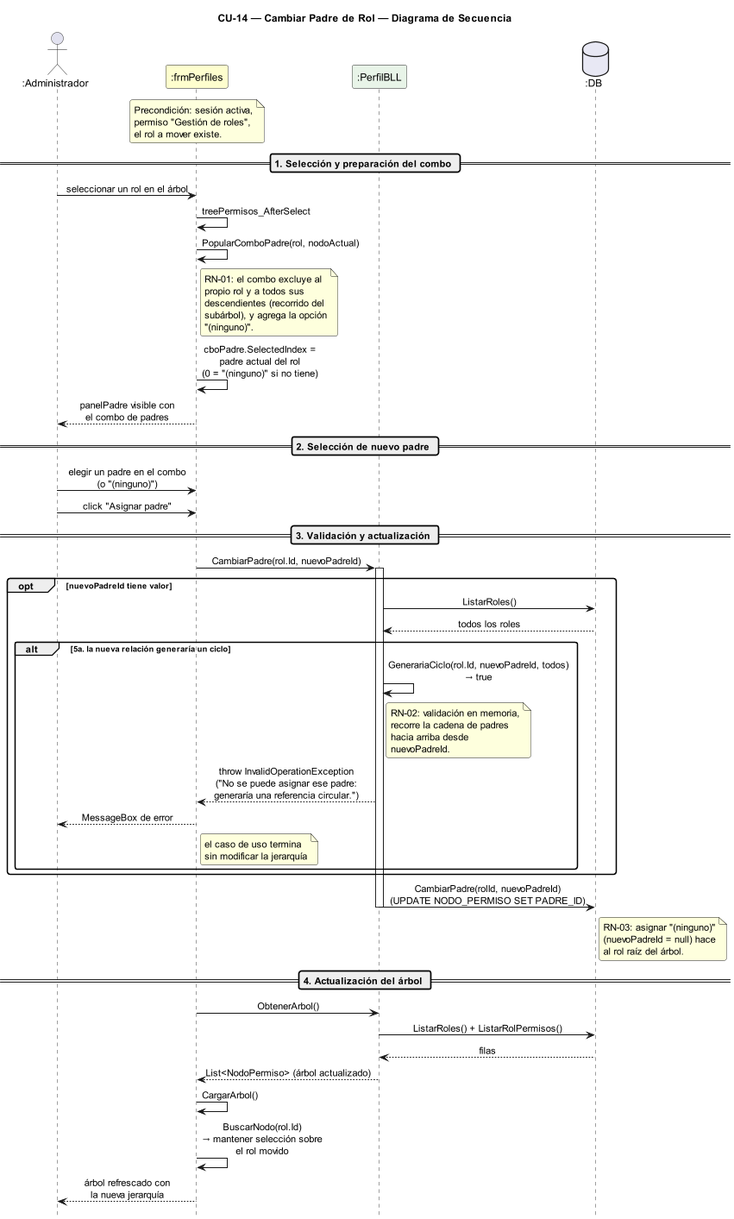
Above: DIAGRAMAS/DiagramaSecuencia_CU14_CambiarPadreRol.png in Urrels/ingenieria_software (PlantUML), before the change.
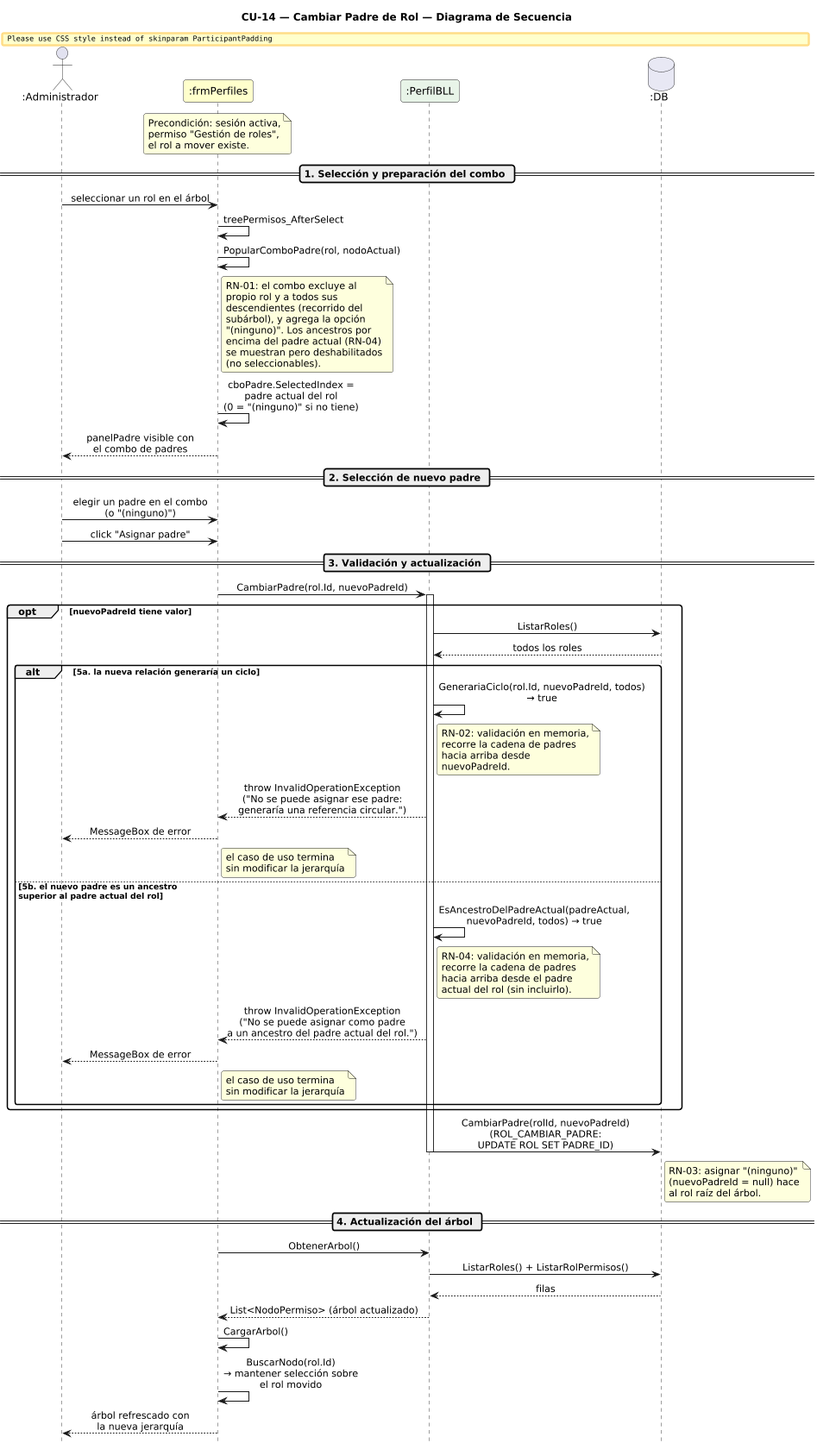
The same file after the commit.

Commit message:
docs: actualiza diagramas al modelo ROL/PERMISO separado

What changed in the source:
```diff
@@ -31,7 +31,10 @@
   propio rol y a todos sus
   descendientes (recorrido del
   subárbol), y agrega la opción
-  "(ninguno)".
+  "(ninguno)". Los ancestros por
+  encima del padre actual (RN-04)
+  se muestran pero deshabilitados
+  (no seleccionables).
 end note
 FP -> FP : cboPadre.SelectedIndex =\npadre actual del rol\n(0 = "(ninguno)" si no tiene)
 FP --> A : panelPadre visible con\nel combo de padres
@@ -61,10 +64,21 @@
     PB --> FP : throw InvalidOperationException\n("No se puede asignar ese padre:\ngeneraría una referencia circular.")
     FP --> A : MessageBox de error
     note right of FP : el caso de uso termina\nsin modificar la jerarquía
+  else 5b. el nuevo padre es un ancestro\nsuperior al padre actual del rol
+    PB -> PB : EsAncestroDelPadreActual(padreActual,\nnuevoPadreId, todos) → true
+    note right of PB
+      RN-04: validación en memoria,
+      recorre la cadena de padres
+      hacia arriba desde el padre
+      actual del rol (sin incluirlo).
+    end note
+    PB --> FP : throw InvalidOperationException\n("No se puede asignar como padre\na un ancestro del padre actual del rol.")
+    FP --> A : MessageBox de error
+    note right of FP : el caso de uso termina\nsin modificar la jerarquía
   end
 end
 
-PB -> DB : CambiarPadre(rolId, nuevoPadreId)\n(UPDATE NODO_PERMISO SET PADRE_ID)
+PB -> DB : CambiarPadre(rolId, nuevoPadreId)\n(ROL_CAMBIAR_PADRE:\nUPDATE ROL SET PADRE_ID)
 note right of DB
   RN-03: asignar "(ninguno)"
   (nuevoPadreId = null) hace
```
